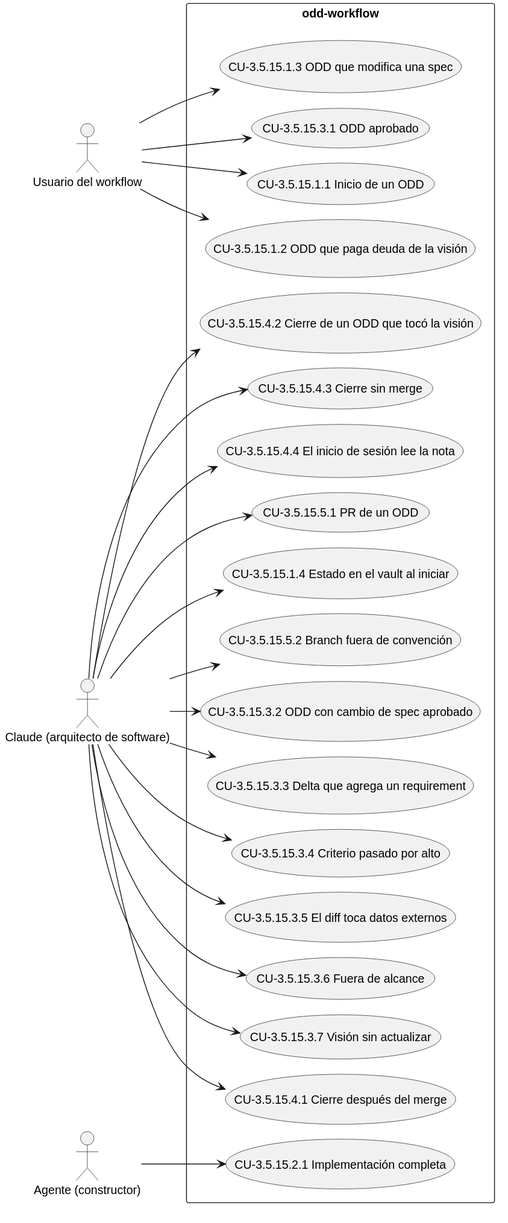
Lautaro-Montecchiani/sdd-global-config keeps this PlantUML diagram as docs/diagramas/CAP-3.5.15.svg. Above is the earlier version.
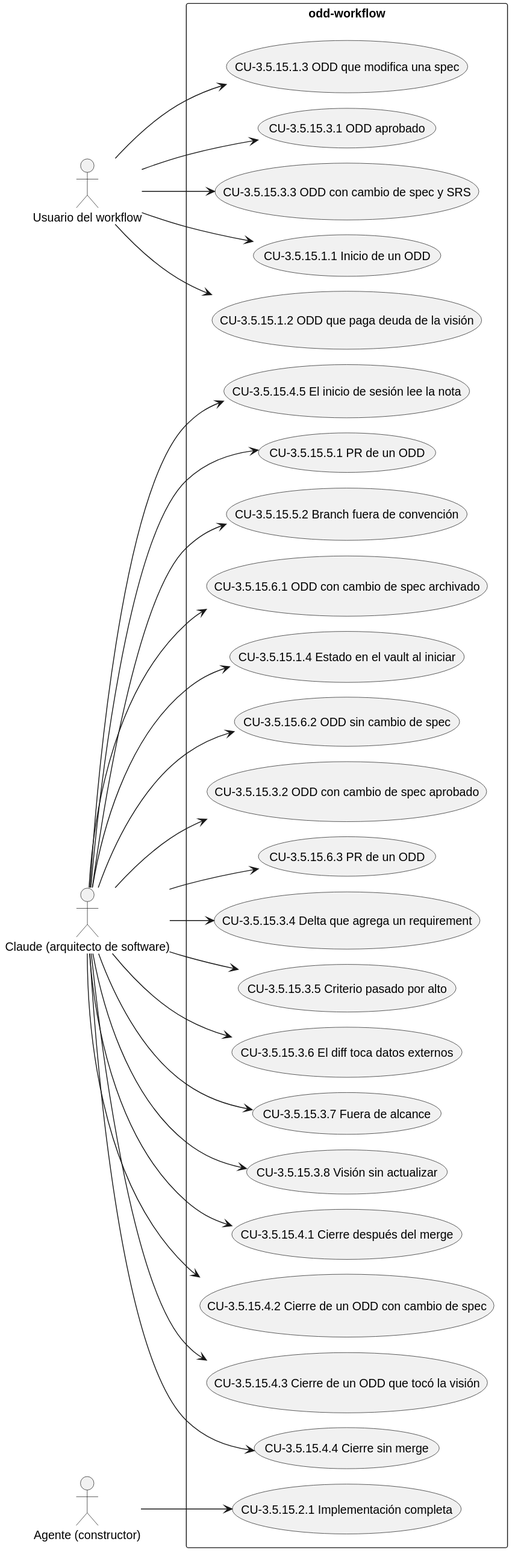
After the commit.

Diff of the diagram source:
```diff
@@ -12,17 +12,22 @@
   usecase "CU-3.5.15.2.1 Implementación completa" as UC_3_5_15_2_1
   usecase "CU-3.5.15.3.1 ODD aprobado" as UC_3_5_15_3_1
   usecase "CU-3.5.15.3.2 ODD con cambio de spec aprobado" as UC_3_5_15_3_2
-  usecase "CU-3.5.15.3.3 Delta que agrega un requirement" as UC_3_5_15_3_3
-  usecase "CU-3.5.15.3.4 Criterio pasado por alto" as UC_3_5_15_3_4
-  usecase "CU-3.5.15.3.5 El diff toca datos externos" as UC_3_5_15_3_5
-  usecase "CU-3.5.15.3.6 Fuera de alcance" as UC_3_5_15_3_6
-  usecase "CU-3.5.15.3.7 Visión sin actualizar" as UC_3_5_15_3_7
+  usecase "CU-3.5.15.3.3 ODD con cambio de spec y SRS" as UC_3_5_15_3_3
+  usecase "CU-3.5.15.3.4 Delta que agrega un requirement" as UC_3_5_15_3_4
+  usecase "CU-3.5.15.3.5 Criterio pasado por alto" as UC_3_5_15_3_5
+  usecase "CU-3.5.15.3.6 El diff toca datos externos" as UC_3_5_15_3_6
+  usecase "CU-3.5.15.3.7 Fuera de alcance" as UC_3_5_15_3_7
+  usecase "CU-3.5.15.3.8 Visión sin actualizar" as UC_3_5_15_3_8
   usecase "CU-3.5.15.4.1 Cierre después del merge" as UC_3_5_15_4_1
-  usecase "CU-3.5.15.4.2 Cierre de un ODD que tocó la visión" as UC_3_5_15_4_2
-  usecase "CU-3.5.15.4.3 Cierre sin merge" as UC_3_5_15_4_3
-  usecase "CU-3.5.15.4.4 El inicio de sesión lee la nota" as UC_3_5_15_4_4
+  usecase "CU-3.5.15.4.2 Cierre de un ODD con cambio de spec" as UC_3_5_15_4_2
+  usecase "CU-3.5.15.4.3 Cierre de un ODD que tocó la visión" as UC_3_5_15_4_3
+  usecase "CU-3.5.15.4.4 Cierre sin merge" as UC_3_5_15_4_4
+  usecase "CU-3.5.15.4.5 El inicio de sesión lee la nota" as UC_3_5_15_4_5
   usecase "CU-3.5.15.5.1 PR de un ODD" as UC_3_5_15_5_1
   usecase "CU-3.5.15.5.2 Branch fuera de convención" as UC_3_5_15_5_2
+  usecase "CU-3.5.15.6.1 ODD con cambio de spec archivado" as UC_3_5_15_6_1
+  usecase "CU-3.5.15.6.2 ODD sin cambio de spec" as UC_3_5_15_6_2
+  usecase "CU-3.5.15.6.3 PR de un ODD" as UC_3_5_15_6_3
 }
 A1 --> UC_3_5_15_1_1
 A1 --> UC_3_5_15_1_2
@@ -31,15 +36,20 @@
 A3 --> UC_3_5_15_2_1
 A1 --> UC_3_5_15_3_1
 A2 --> UC_3_5_15_3_2
-A2 --> UC_3_5_15_3_3
+A1 --> UC_3_5_15_3_3
 A2 --> UC_3_5_15_3_4
 A2 --> UC_3_5_15_3_5
 A2 --> UC_3_5_15_3_6
 A2 --> UC_3_5_15_3_7
+A2 --> UC_3_5_15_3_8
 A2 --> UC_3_5_15_4_1
 A2 --> UC_3_5_15_4_2
 A2 --> UC_3_5_15_4_3
 A2 --> UC_3_5_15_4_4
+A2 --> UC_3_5_15_4_5
 A2 --> UC_3_5_15_5_1
 A2 --> UC_3_5_15_5_2
+A2 --> UC_3_5_15_6_1
+A2 --> UC_3_5_15_6_2
+A2 --> UC_3_5_15_6_3
 @enduml
```
